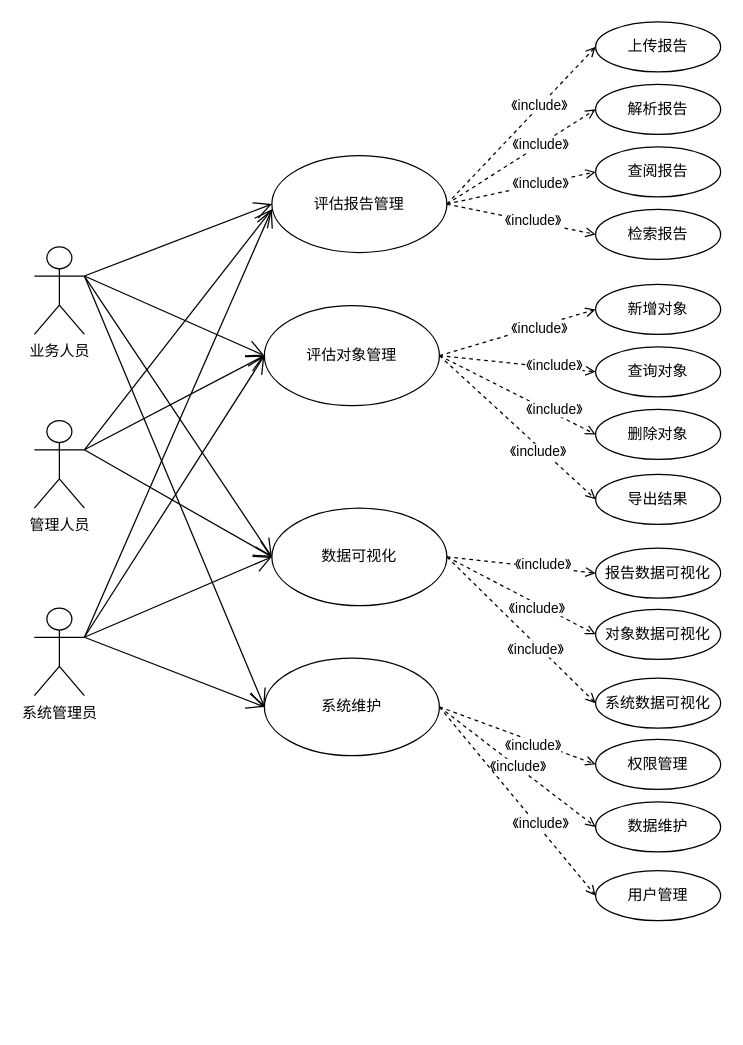
This is user_case.drawio from lang22/DocAI_UML, a draw.io file, before an edit. Source tidied: cells renumbered, new cells numbered last; positions are measured from the earlier drawing's top-left corner, leaving out a move shared by most shapes. Both pictures are drawn from the tidied source at 125%, with x=0, y=0 at pixel (34, 21).
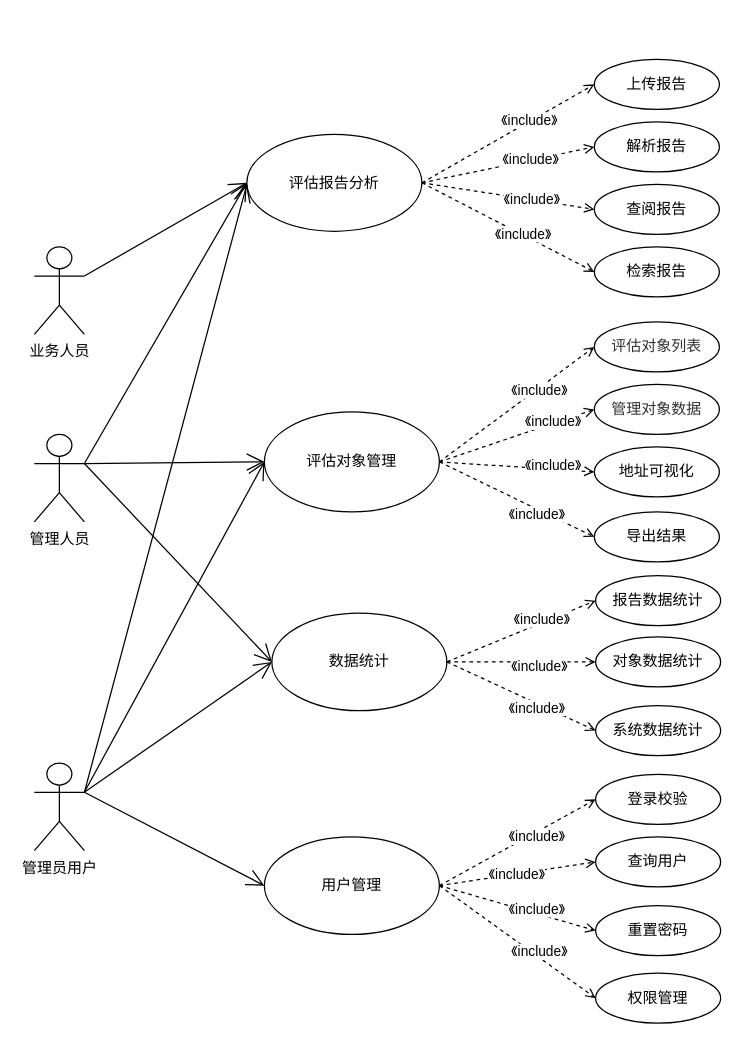
Above is the later version.

Unchanged cells that the change refers to:
```xml
<mxCell id="25" value="业务人员" style="shape=umlActor;verticalLabelPosition=bottom;verticalAlign=top;html=1;" parent="1" vertex="1">
  <mxGeometry y="180" width="40" height="70" as="geometry" />
</mxCell>
```

Diff of the diagram source:
```diff
@@
-    <mxCell id="6" value="评估报告管理" style="ellipse;whiteSpace=wrap;html=1;" parent="1" vertex="1">
-      <mxGeometry x="190" y="107" width="140" height="77.5" as="geometry" />
+    <mxCell id="6" value="评估报告分析" style="ellipse;whiteSpace=wrap;html=1;" parent="1" vertex="1">
+      <mxGeometry x="170" y="90" width="140" height="77.5" as="geometry" />
     </mxCell>
@@
-    <mxCell id="11" value="数据可视化" style="ellipse;whiteSpace=wrap;html=1;" parent="1" vertex="1">
-      <mxGeometry x="190" y="389" width="140" height="78" as="geometry" />
+    <mxCell id="11" value="数据统计" style="ellipse;whiteSpace=wrap;html=1;" parent="1" vertex="1">
+      <mxGeometry x="190" y="473" width="140" height="78" as="geometry" />
     </mxCell>
@@
-    <mxCell id="15" value="系统维护" style="ellipse;whiteSpace=wrap;html=1;" parent="1" vertex="1">
-      <mxGeometry x="184" y="509" width="140" height="78" as="geometry" />
+    <mxCell id="15" value="用户管理" style="ellipse;whiteSpace=wrap;html=1;" parent="1" vertex="1">
+      <mxGeometry x="184" y="652" width="140" height="78" as="geometry" />
     </mxCell>
@@
     <mxCell id="24" value="评估对象管理" style="ellipse;whiteSpace=wrap;html=1;" parent="1" vertex="1">
-      <mxGeometry x="184" y="227" width="140" height="80" as="geometry" />
+      <mxGeometry x="184" y="312" width="140" height="80" as="geometry" />
     </mxCell>
@@
     <mxCell id="26" value="上传报告" style="ellipse;whiteSpace=wrap;html=1;" parent="1" vertex="1">
-      <mxGeometry x="449" width="100" height="40" as="geometry" />
+      <mxGeometry x="448" y="30" width="100" height="40" as="geometry" />
     </mxCell>
     <mxCell id="27" value="解析报告" style="ellipse;whiteSpace=wrap;html=1;" parent="1" vertex="1">
-      <mxGeometry x="449" y="50" width="100" height="40" as="geometry" />
+      <mxGeometry x="448" y="80" width="100" height="40" as="geometry" />
     </mxCell>
     <mxCell id="28" value="导出结果" style="ellipse;whiteSpace=wrap;html=1;" parent="1" vertex="1">
-      <mxGeometry x="449" y="362" width="100" height="40" as="geometry" />
+      <mxGeometry x="448" y="392" width="100" height="40" as="geometry" />
     </mxCell>
-    <mxCell id="29" value="新增对象" style="ellipse;whiteSpace=wrap;html=1;" parent="1" vertex="1">
-      <mxGeometry x="449" y="210" width="100" height="40" as="geometry" />
+    <mxCell id="29" value="&lt;span style=&quot;color: rgb(50, 50, 50); font-family: 微软雅黑; background-color: rgba(255, 255, 255, 0.01);&quot;&gt;评估对象列表&lt;/span&gt;" style="ellipse;whiteSpace=wrap;html=1;" parent="1" vertex="1">
+      <mxGeometry x="448" y="240" width="100" height="40" as="geometry" />
     </mxCell>
-    <mxCell id="30" value="删除对象" style="ellipse;whiteSpace=wrap;html=1;" parent="1" vertex="1">
-      <mxGeometry x="449" y="310" width="100" height="40" as="geometry" />
+    <mxCell id="30" value="地址可视化" style="ellipse;whiteSpace=wrap;html=1;" parent="1" vertex="1">
+      <mxGeometry x="448" y="340" width="100" height="40" as="geometry" />
     </mxCell>
-    <mxCell id="31" value="查询对象" style="ellipse;whiteSpace=wrap;html=1;" parent="1" vertex="1">
-      <mxGeometry x="449" y="260" width="100" height="40" as="geometry" />
+    <mxCell id="31" value="&lt;span style=&quot;color: rgb(50, 50, 50); font-family: 微软雅黑; background-color: rgba(255, 255, 255, 0.01);&quot;&gt;管理对象数据&lt;/span&gt;" style="ellipse;whiteSpace=wrap;html=1;" parent="1" vertex="1">
+      <mxGeometry x="448" y="290" width="100" height="40" as="geometry" />
     </mxCell>
     <mxCell id="32" value="检索报告" style="ellipse;whiteSpace=wrap;html=1;" parent="1" vertex="1">
-      <mxGeometry x="449" y="150" width="100" height="40" as="geometry" />
+      <mxGeometry x="448" y="180" width="100" height="40" as="geometry" />
     </mxCell>
     <mxCell id="33" value="查阅报告" style="ellipse;whiteSpace=wrap;html=1;" parent="1" vertex="1">
-      <mxGeometry x="449" y="100" width="100" height="40" as="geometry" />
+      <mxGeometry x="448" y="130" width="100" height="40" as="geometry" />
     </mxCell>
-    <mxCell id="34" value="报告数据可视化" style="ellipse;whiteSpace=wrap;html=1;" parent="1" vertex="1">
-      <mxGeometry x="449" y="421" width="100" height="40" as="geometry" />
+    <mxCell id="34" value="报告数据统计" style="ellipse;whiteSpace=wrap;html=1;" parent="1" vertex="1">
+      <mxGeometry x="449" y="443" width="100" height="40" as="geometry" />
     </mxCell>
@@
-    <mxCell id="39" style="endArrow=open;endSize=12;html=1;rounded=0;exitX=1;exitY=0.3333333333333333;exitDx=0;exitDy=0;exitPerimeter=0;entryX=0;entryY=0.5;entryDx=0;entryDy=0;" parent="1" edge="1" source="25" target="11">
-      <mxGeometry x="0.14" y="-19" relative="1" as="geometry" />
-    </mxCell>
-    <mxCell id="40" style="endArrow=open;endSize=12;html=1;rounded=0;entryX=0;entryY=0.5;entryDx=0;entryDy=0;exitX=1;exitY=0.3333333333333333;exitDx=0;exitDy=0;exitPerimeter=0;" parent="1" edge="1" source="25" target="15">
-      <mxGeometry relative="1" as="geometry" />
-    </mxCell>
-    <mxCell id="41" value="对象数据可视化" style="ellipse;whiteSpace=wrap;html=1;" parent="1" vertex="1">
-      <mxGeometry x="449" y="470" width="100" height="40" as="geometry" />
+    <mxCell id="41" value="对象数据统计" style="ellipse;whiteSpace=wrap;html=1;" parent="1" vertex="1">
+      <mxGeometry x="449" y="492" width="100" height="40" as="geometry" />
     </mxCell>
-    <mxCell id="42" value="数据维护" style="ellipse;whiteSpace=wrap;html=1;" parent="1" vertex="1">
-      <mxGeometry x="449" y="624" width="100" height="40" as="geometry" />
+    <mxCell id="42" value="查询用户" style="ellipse;whiteSpace=wrap;html=1;" parent="1" vertex="1">
+      <mxGeometry x="449" y="652" width="100" height="40" as="geometry" />
     </mxCell>
-    <mxCell id="43" value="用户管理" style="ellipse;whiteSpace=wrap;html=1;" parent="1" vertex="1">
-      <mxGeometry x="449" y="679" width="100" height="40" as="geometry" />
+    <mxCell id="43" value="重置密码" style="ellipse;whiteSpace=wrap;html=1;" parent="1" vertex="1">
+      <mxGeometry x="449" y="707" width="100" height="40" as="geometry" />
     </mxCell>
-    <mxCell id="44" style="endArrow=open;endSize=12;html=1;rounded=0;entryX=0;entryY=0.5;entryDx=0;entryDy=0;exitX=1;exitY=0.3333333333333333;exitDx=0;exitDy=0;exitPerimeter=0;" parent="1" edge="1" source="25" target="24">
-      <mxGeometry x="0.14" y="-19" relative="1" as="geometry" />
-    </mxCell>
@@
-    <mxCell id="46" value="系统数据可视化" style="ellipse;whiteSpace=wrap;html=1;" parent="1" vertex="1">
-      <mxGeometry x="449" y="525" width="100" height="40" as="geometry" />
+    <mxCell id="46" value="系统数据统计" style="ellipse;whiteSpace=wrap;html=1;" parent="1" vertex="1">
+      <mxGeometry x="449" y="547" width="100" height="40" as="geometry" />
     </mxCell>
@@
-    <mxCell id="49" value="权限管理" style="ellipse;whiteSpace=wrap;html=1;" parent="1" vertex="1">
-      <mxGeometry x="449" y="574" width="100" height="40" as="geometry" />
+    <mxCell id="49" value="登录校验" style="ellipse;whiteSpace=wrap;html=1;" parent="1" vertex="1">
+      <mxGeometry x="449" y="602" width="100" height="40" as="geometry" />
     </mxCell>
@@
     <mxCell id="52" value="管理人员" style="shape=umlActor;verticalLabelPosition=bottom;verticalAlign=top;html=1;" parent="1" vertex="1">
-      <mxGeometry y="319" width="40" height="70" as="geometry" />
+      <mxGeometry y="330" width="40" height="70" as="geometry" />
     </mxCell>
-    <mxCell id="53" value="系统管理员" style="shape=umlActor;verticalLabelPosition=bottom;verticalAlign=top;html=1;" parent="1" vertex="1">
-      <mxGeometry y="469" width="40" height="70" as="geometry" />
+    <mxCell id="53" value="管理员用户" style="shape=umlActor;verticalLabelPosition=bottom;verticalAlign=top;html=1;" parent="1" vertex="1">
+      <mxGeometry y="593" width="40" height="70" as="geometry" />
     </mxCell>
-    <mxCell id="54" style="endArrow=open;endSize=12;html=1;rounded=0;exitX=1;exitY=0.3333333333333333;exitDx=0;exitDy=0;exitPerimeter=0;" parent="1" edge="1" source="52">
-      <mxGeometry x="0.14" y="-19" relative="1" as="geometry">
-        <mxPoint x="190" y="150" as="targetPoint" />
-      </mxGeometry>
+    <mxCell id="54" style="endArrow=open;endSize=12;html=1;rounded=0;exitX=1;exitY=0.3333333333333333;exitDx=0;exitDy=0;exitPerimeter=0;entryX=0;entryY=0.5;entryDx=0;entryDy=0;" parent="1" edge="1" source="52" target="6">
+      <mxGeometry x="0.14" y="-19" relative="1" as="geometry" />
     </mxCell>
@@
-    <mxCell id="56" style="endArrow=open;endSize=12;html=1;rounded=0;exitX=1;exitY=0.3333333333333333;exitDx=0;exitDy=0;exitPerimeter=0;entryX=0;entryY=0.5;entryDx=0;entryDy=0;" parent="1" edge="1" source="52" target="11">
-      <mxGeometry x="0.14" y="-19" relative="1" as="geometry" />
-    </mxCell>
@@
-    <mxCell id="59" style="endArrow=open;endSize=12;html=1;rounded=0;exitX=1;exitY=0.3333333333333333;exitDx=0;exitDy=0;exitPerimeter=0;" parent="1" edge="1" source="53">
-      <mxGeometry x="0.14" y="-19" relative="1" as="geometry">
-        <mxPoint x="190" y="150" as="targetPoint" />
-      </mxGeometry>
-    </mxCell>
+    <mxCell id="56" style="endArrow=open;endSize=12;html=1;rounded=0;entryX=0;entryY=0.5;entryDx=0;entryDy=0;exitX=1;exitY=0.3333333333333333;exitDx=0;exitDy=0;exitPerimeter=0;" parent="1" edge="1" source="52" target="11">
+      <mxGeometry x="0.14" y="-19" relative="1" as="geometry" />
+    </mxCell>
+    <mxCell id="61" value="权限管理" style="ellipse;whiteSpace=wrap;html=1;" parent="1" vertex="1">
+      <mxGeometry x="449" y="761" width="100" height="40" as="geometry" />
+    </mxCell>
+    <mxCell id="62" style="edgeStyle=none;rounded=0;jettySize=auto;html=1;exitX=1;exitY=0.5;exitDx=0;exitDy=0;entryX=0;entryY=0.5;entryDx=0;entryDy=0;dashed=1;endArrow=open;endFill=0;" parent="1" edge="1" source="15" target="61">
+      <mxGeometry relative="1" as="geometry" />
+    </mxCell>
+    <mxCell id="63" value="《include》" style="edgeLabel;html=1;align=center;verticalAlign=middle;" parent="62" vertex="1">
+      <mxGeometry x="0.25" y="4" relative="1" as="geometry">
+        <mxPoint x="-1" as="offset" />
+      </mxGeometry>
+    </mxCell>
+    <mxCell id="64" style="endArrow=open;endSize=12;html=1;rounded=0;exitX=1;exitY=0.3333333333333333;exitDx=0;exitDy=0;exitPerimeter=0;" parent="1" edge="1" source="53">
+      <mxGeometry x="0.14" y="-19" relative="1" as="geometry">
+        <mxPoint x="170" y="130" as="targetPoint" />
+      </mxGeometry>
+    </mxCell>
-    <mxCell id="60" style="endArrow=open;endSize=12;html=1;rounded=0;exitX=1;exitY=0.3333333333333333;exitDx=0;exitDy=0;exitPerimeter=0;entryX=0;entryY=0.5;entryDx=0;entryDy=0;" parent="1" edge="1" source="53" target="24">
+    <mxCell id="60" style="endArrow=open;endSize=12;html=1;rounded=0;entryX=0;entryY=0.5;entryDx=0;entryDy=0;exitX=1;exitY=0.3333333333333333;exitDx=0;exitDy=0;exitPerimeter=0;" parent="1" edge="1" source="53" target="24">
       <mxGeometry x="0.14" y="-19" relative="1" as="geometry" />
     </mxCell>
```
